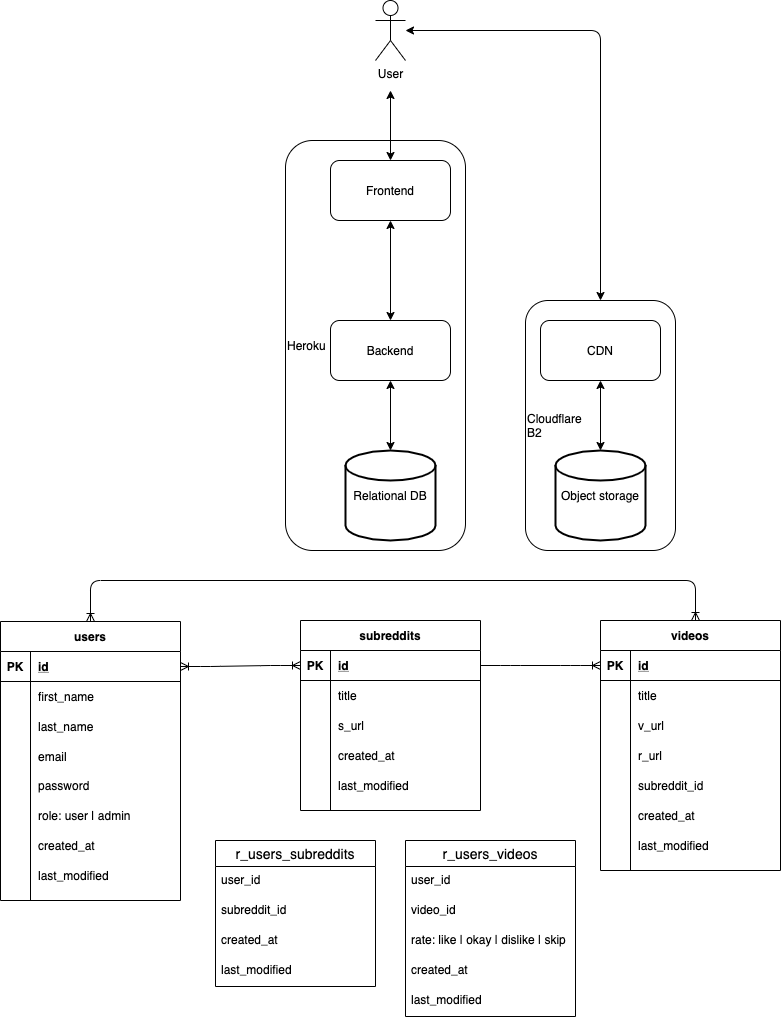
The draw.io diagram system-design.png in kzkaneoka/reddit-short-videos, before a commit. Source tidied: cells renumbered, new cells last; positions are measured from the earlier drawing's top-left corner, leaving out a move shared by most shapes.
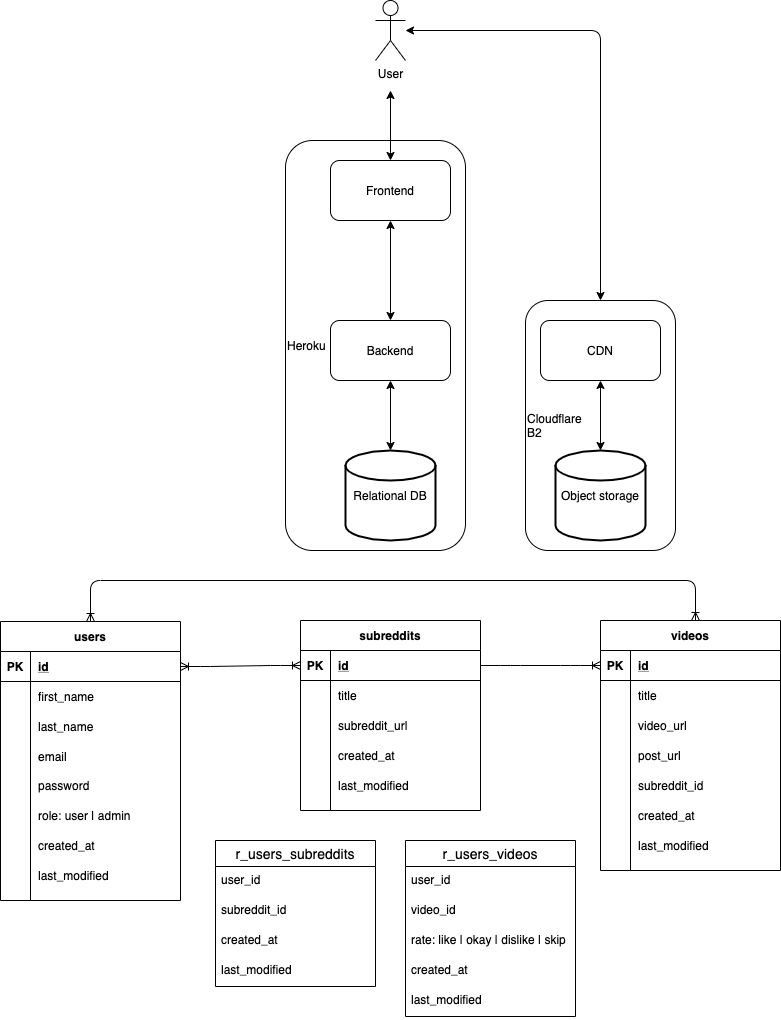
Above is the later version.

Change to the diagram source:
```diff
@@ -125,7 +125,7 @@
     <mxCell id="42" style="shape=partialRectangle;fillColor=none;top=0;left=0;bottom=0;right=0;overflow=hidden;" parent="41" vertex="1">
       <mxGeometry width="30" height="30" as="geometry" />
     </mxCell>
-    <mxCell id="43" value="s_url" style="shape=partialRectangle;fillColor=none;top=0;left=0;bottom=0;right=0;align=left;spacingLeft=6;overflow=hidden;" parent="41" vertex="1">
+    <mxCell id="43" value="subreddit_url" style="shape=partialRectangle;fillColor=none;top=0;left=0;bottom=0;right=0;align=left;spacingLeft=6;overflow=hidden;" parent="41" vertex="1">
       <mxGeometry x="30" width="150" height="30" as="geometry" />
     </mxCell>
     <mxCell id="44" style="shape=partialRectangle;fillColor=none;top=0;left=0;bottom=0;right=0;" parent="34" vertex="1">
@@ -173,7 +173,7 @@
     <mxCell id="58" style="shape=partialRectangle;fillColor=none;top=0;left=0;bottom=0;right=0;overflow=hidden;" parent="57" vertex="1">
       <mxGeometry width="30" height="30" as="geometry" />
     </mxCell>
-    <mxCell id="59" value="v_url" style="shape=partialRectangle;fillColor=none;top=0;left=0;bottom=0;right=0;align=left;spacingLeft=6;overflow=hidden;" parent="57" vertex="1">
+    <mxCell id="59" value="video_url" style="shape=partialRectangle;fillColor=none;top=0;left=0;bottom=0;right=0;align=left;spacingLeft=6;overflow=hidden;" parent="57" vertex="1">
       <mxGeometry x="30" width="150" height="30" as="geometry" />
     </mxCell>
     <mxCell id="60" style="shape=partialRectangle;fillColor=none;top=0;left=0;bottom=0;right=0;" parent="50" vertex="1">
@@ -182,7 +182,7 @@
     <mxCell id="61" style="shape=partialRectangle;fillColor=none;top=0;left=0;bottom=0;right=0;overflow=hidden;" parent="60" vertex="1">
       <mxGeometry width="30" height="30" as="geometry" />
     </mxCell>
-    <mxCell id="62" value="r_url" style="shape=partialRectangle;fillColor=none;top=0;left=0;bottom=0;right=0;align=left;spacingLeft=6;overflow=hidden;" parent="60" vertex="1">
+    <mxCell id="62" value="post_url" style="shape=partialRectangle;fillColor=none;top=0;left=0;bottom=0;right=0;align=left;spacingLeft=6;overflow=hidden;" parent="60" vertex="1">
       <mxGeometry x="30" width="150" height="30" as="geometry" />
     </mxCell>
     <mxCell id="63" style="shape=partialRectangle;fillColor=none;top=0;left=0;bottom=0;right=0;" parent="50" vertex="1">
```
